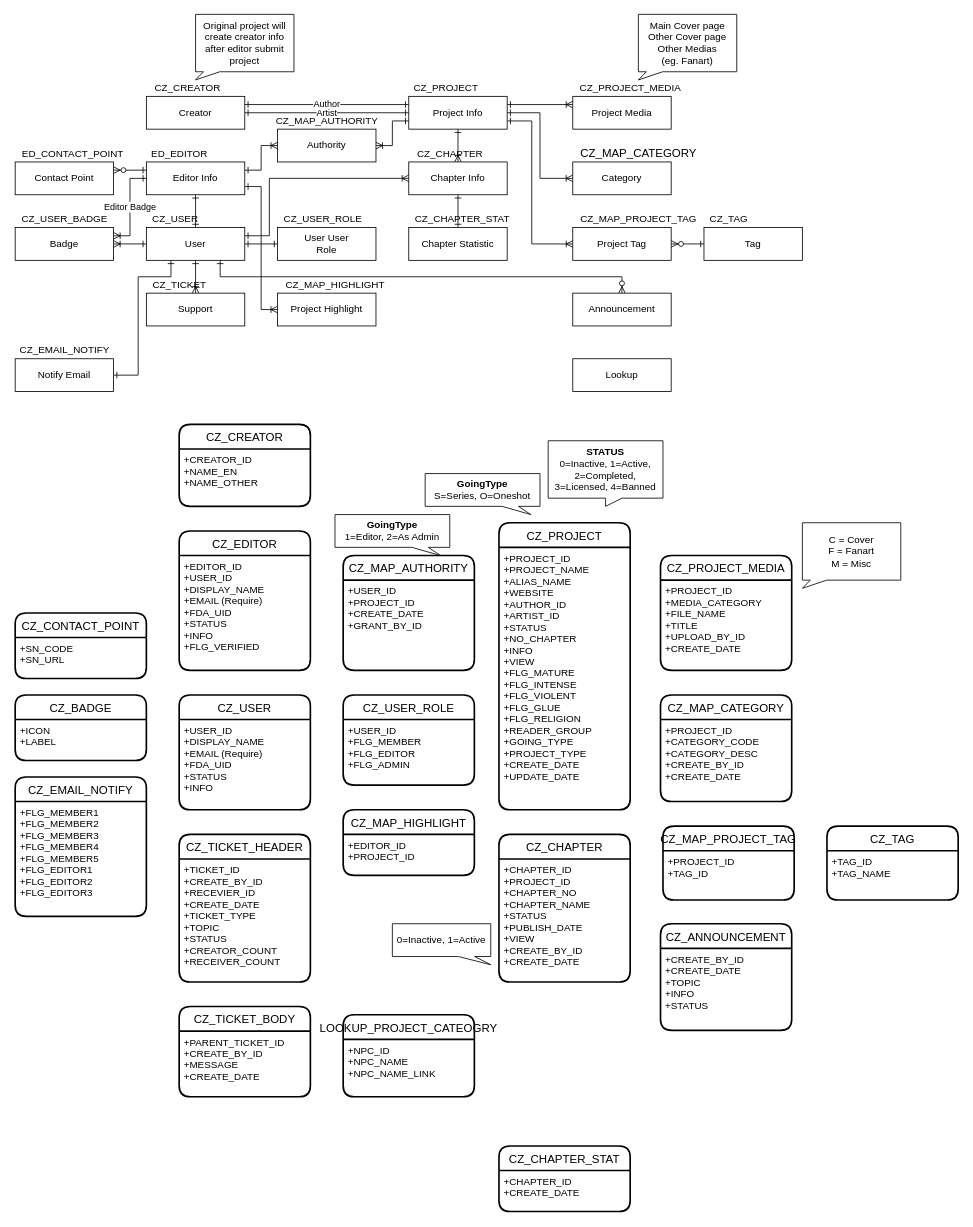
Above: page "ER" (4 of 5) of Untitled Diagram.drawio in clazclaz/demo_git (draw.io), before the change. Source tidied: cells renumbered, new cells numbered last; positions are measured from the earlier drawing's top-left corner, leaving out a move shared by most shapes. Both pictures are drawn from the tidied source at 82%, with x=0, y=0 at pixel (15, 14).
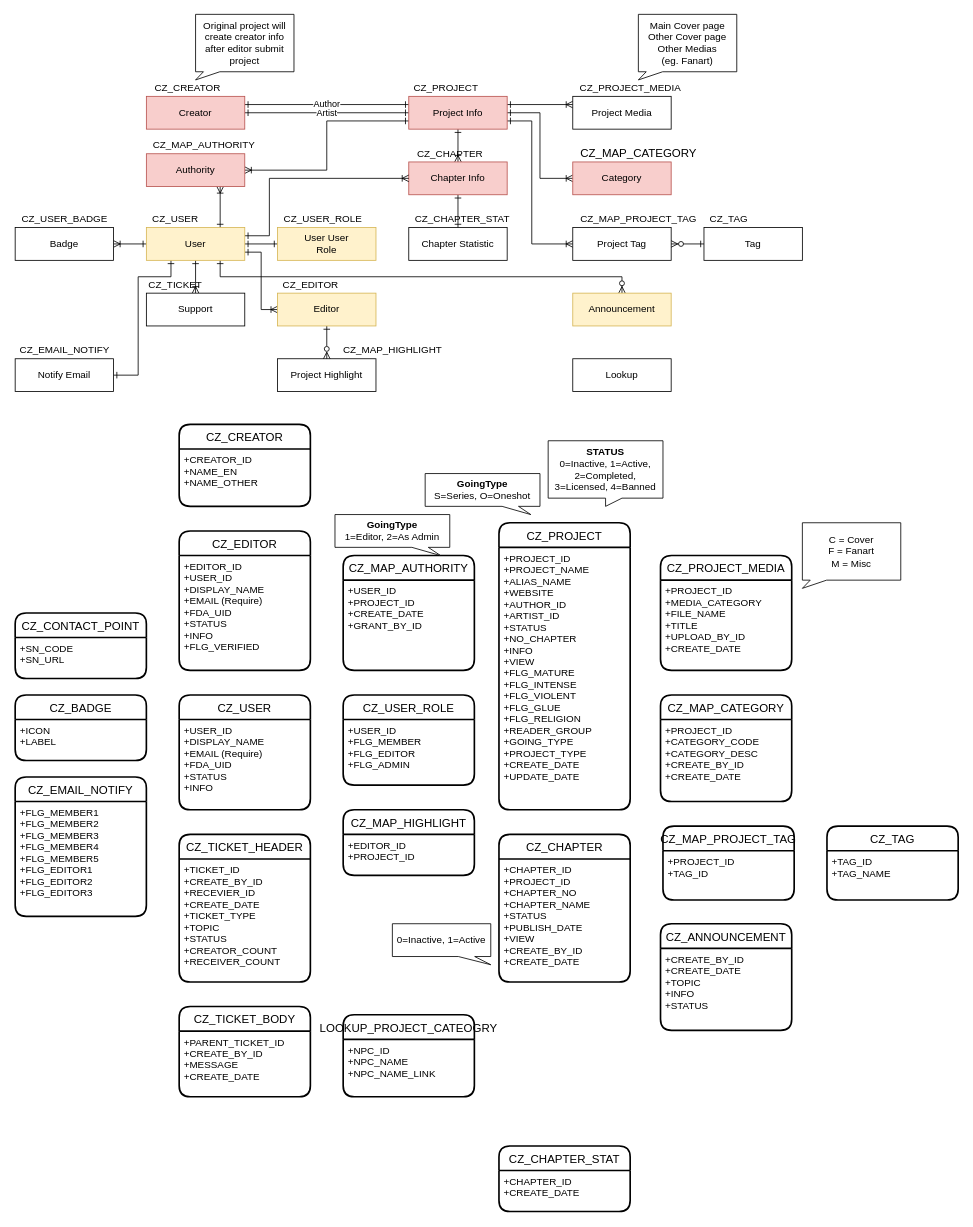
After the change.

The change refers to these unchanged cells:
```xml
<mxCell id="33" value="Badge" style="rounded=0;whiteSpace=wrap;html=1;" parent="1" vertex="1">
  <mxGeometry y="260" width="120" height="40" as="geometry" />
</mxCell>
```

What changed in the source:
```diff
@@
     <mxCell id="8" style="edgeStyle=orthogonalEdgeStyle;rounded=0;jettySize=auto;html=1;exitX=0;exitY=0.75;exitDx=0;exitDy=0;entryX=1;entryY=0.5;entryDx=0;entryDy=0;startArrow=ERone;startFill=0;endArrow=ERoneToMany;endFill=0;" parent="1" edge="1" source="9" target="32">
-      <mxGeometry relative="1" as="geometry" />
+      <mxGeometry relative="1" as="geometry">
+        <Array as="points">
+          <mxPoint x="380" y="130" />
+          <mxPoint x="380" y="190" />
+        </Array>
+      </mxGeometry>
     </mxCell>
-    <mxCell id="9" value="Project Info" style="rounded=0;whiteSpace=wrap;html=1;" parent="1" vertex="1">
+    <mxCell id="9" value="Project Info" style="rounded=0;whiteSpace=wrap;html=1;fillColor=#f8cecc;strokeColor=#b85450;" parent="1" vertex="1">
       <mxGeometry x="480" y="100" width="120" height="40" as="geometry" />
     </mxCell>
@@
-    <mxCell id="11" value="Chapter Info" style="rounded=0;whiteSpace=wrap;html=1;" parent="1" vertex="1">
+    <mxCell id="11" value="Chapter Info" style="rounded=0;whiteSpace=wrap;html=1;fillColor=#f8cecc;strokeColor=#b85450;" parent="1" vertex="1">
       <mxGeometry x="480" y="180" width="120" height="40" as="geometry" />
     </mxCell>
@@
-    <mxCell id="14" value="Creator" style="rounded=0;whiteSpace=wrap;html=1;" parent="1" vertex="1">
+    <mxCell id="14" value="Creator" style="rounded=0;whiteSpace=wrap;html=1;fillColor=#f8cecc;strokeColor=#b85450;" parent="1" vertex="1">
       <mxGeometry x="160" y="100" width="120" height="40" as="geometry" />
     </mxCell>
@@
-    <mxCell id="16" style="edgeStyle=orthogonalEdgeStyle;rounded=0;jettySize=auto;html=1;exitX=1;exitY=0.25;exitDx=0;exitDy=0;entryX=0;entryY=0.5;entryDx=0;entryDy=0;startArrow=ERone;startFill=0;endArrow=ERoneToMany;endFill=0;" parent="1" edge="1" source="18" target="32">
+    <mxCell id="16" style="edgeStyle=orthogonalEdgeStyle;rounded=0;jettySize=auto;html=1;exitX=0.75;exitY=0;exitDx=0;exitDy=0;entryX=0.75;entryY=1;entryDx=0;entryDy=0;startArrow=ERone;startFill=0;endArrow=ERoneToMany;endFill=0;" parent="1" edge="1" source="26" target="32">
       <mxGeometry relative="1" as="geometry" />
     </mxCell>
-    <mxCell id="17" value="Editor Badge" style="edgeStyle=orthogonalEdgeStyle;rounded=0;jettySize=auto;html=1;exitX=0;exitY=0.5;exitDx=0;exitDy=0;entryX=1;entryY=0.25;entryDx=0;entryDy=0;startArrow=ERone;startFill=0;endArrow=ERoneToMany;endFill=0;" parent="1" edge="1" source="18" target="33">
-      <mxGeometry relative="1" as="geometry" />
-    </mxCell>
-    <mxCell id="18" value="Editor Info" style="rounded=0;whiteSpace=wrap;html=1;" parent="1" vertex="1">
-      <mxGeometry x="160" y="180" width="120" height="40" as="geometry" />
-    </mxCell>
-    <mxCell id="19" style="edgeStyle=orthogonalEdgeStyle;rounded=0;jettySize=auto;html=1;exitX=0.5;exitY=0;exitDx=0;exitDy=0;entryX=0.5;entryY=1;entryDx=0;entryDy=0;startArrow=ERone;startFill=0;endArrow=ERone;endFill=0;" parent="1" edge="1" source="26" target="18">
-      <mxGeometry relative="1" as="geometry" />
-    </mxCell>
@@
-    <mxCell id="23" style="edgeStyle=orthogonalEdgeStyle;rounded=0;jettySize=auto;html=1;exitX=1;exitY=0.75;exitDx=0;exitDy=0;entryX=0;entryY=0.5;entryDx=0;entryDy=0;startArrow=ERone;startFill=0;endArrow=ERoneToMany;endFill=0;" parent="1" edge="1" source="18" target="38">
-      <mxGeometry relative="1" as="geometry" />
+    <mxCell id="23" style="edgeStyle=orthogonalEdgeStyle;rounded=0;jettySize=auto;html=1;exitX=1;exitY=0.75;exitDx=0;exitDy=0;entryX=0;entryY=0.5;entryDx=0;entryDy=0;startArrow=ERone;startFill=0;endArrow=ERoneToMany;endFill=0;" parent="1" edge="1" source="26" target="106">
+      <mxGeometry relative="1" as="geometry">
+        <Array as="points">
+          <mxPoint x="300" y="290" />
+          <mxPoint x="300" y="360" />
+        </Array>
+      </mxGeometry>
     </mxCell>
@@
-    <mxCell id="26" value="User" style="rounded=0;whiteSpace=wrap;html=1;" parent="1" vertex="1">
+    <mxCell id="26" value="User" style="rounded=0;whiteSpace=wrap;html=1;fillColor=#fff2cc;strokeColor=#d6b656;" parent="1" vertex="1">
       <mxGeometry x="160" y="260" width="120" height="40" as="geometry" />
     </mxCell>
@@
-    <mxCell id="30" value="Category" style="rounded=0;whiteSpace=wrap;html=1;" parent="1" vertex="1">
+    <mxCell id="30" value="Category" style="rounded=0;whiteSpace=wrap;html=1;fillColor=#f8cecc;strokeColor=#b85450;" parent="1" vertex="1">
       <mxGeometry x="680" y="180" width="120" height="40" as="geometry" />
     </mxCell>
@@
-    <mxCell id="32" value="Authority" style="rounded=0;whiteSpace=wrap;html=1;" parent="1" vertex="1">
-      <mxGeometry x="320" y="140" width="120" height="40" as="geometry" />
+    <mxCell id="32" value="Authority" style="rounded=0;whiteSpace=wrap;html=1;fillColor=#f8cecc;strokeColor=#b85450;" parent="1" vertex="1">
+      <mxGeometry x="160" y="170" width="120" height="40" as="geometry" />
     </mxCell>
@@
-    <mxCell id="35" value="User User&lt;br&gt;Role" style="rounded=0;whiteSpace=wrap;html=1;" parent="1" vertex="1">
+    <mxCell id="35" value="User User&lt;br&gt;Role" style="rounded=0;whiteSpace=wrap;html=1;fillColor=#fff2cc;strokeColor=#d6b656;" parent="1" vertex="1">
       <mxGeometry x="320" y="260" width="120" height="40" as="geometry" />
     </mxCell>
-    <mxCell id="36" style="edgeStyle=orthogonalEdgeStyle;rounded=0;jettySize=auto;html=1;exitX=1;exitY=0.25;exitDx=0;exitDy=0;entryX=0;entryY=0.25;entryDx=0;entryDy=0;startArrow=ERzeroToMany;startFill=1;endArrow=ERone;endFill=0;" parent="1" edge="1" source="37" target="18">
-      <mxGeometry relative="1" as="geometry" />
-    </mxCell>
-    <mxCell id="37" value="Contact Point" style="rounded=0;whiteSpace=wrap;html=1;" parent="1" vertex="1">
-      <mxGeometry y="180" width="120" height="40" as="geometry" />
-    </mxCell>
     <mxCell id="38" value="Project Highlight" style="rounded=0;whiteSpace=wrap;html=1;" parent="1" vertex="1">
-      <mxGeometry x="320" y="340" width="120" height="40" as="geometry" />
+      <mxGeometry x="320" y="420" width="120" height="40" as="geometry" />
     </mxCell>
-    <mxCell id="39" value="Announcement" style="rounded=0;whiteSpace=wrap;html=1;" parent="1" vertex="1">
+    <mxCell id="39" value="Announcement" style="rounded=0;whiteSpace=wrap;html=1;fillColor=#fff2cc;strokeColor=#d6b656;" parent="1" vertex="1">
       <mxGeometry x="680" y="340" width="120" height="40" as="geometry" />
     </mxCell>
@@
-    <mxCell id="43" value="ED_EDITOR" style="text;html=1;align=center;verticalAlign=middle;strokeColor=none;" parent="1" vertex="1">
-      <mxGeometry x="160" y="160" width="80" height="20" as="geometry" />
-    </mxCell>
     <mxCell id="44" value="CZ_MAP_AUTHORITY" style="text;html=1;align=center;verticalAlign=middle;strokeColor=none;" parent="1" vertex="1">
-      <mxGeometry x="310" y="120" width="140" height="20" as="geometry" />
+      <mxGeometry x="160" y="150" width="140" height="20" as="geometry" />
     </mxCell>
@@
-    <mxCell id="53" value="ED_CONTACT_POINT" style="text;html=1;align=center;verticalAlign=middle;strokeColor=none;" parent="1" vertex="1">
-      <mxGeometry y="160" width="140" height="20" as="geometry" />
-    </mxCell>
@@
     <mxCell id="61" value="CZ_TICKET" style="text;html=1;align=center;verticalAlign=middle;strokeColor=none;" parent="1" vertex="1">
-      <mxGeometry x="160" y="320" width="80" height="20" as="geometry" />
+      <mxGeometry x="155" y="320" width="80" height="20" as="geometry" />
     </mxCell>
@@
     <mxCell id="94" value="CZ_MAP_HIGHLIGHT" style="text;html=1;align=center;verticalAlign=middle;strokeColor=none;" parent="1" vertex="1">
-      <mxGeometry x="320" y="320" width="140" height="20" as="geometry" />
+      <mxGeometry x="390" y="400" width="140" height="20" as="geometry" />
     </mxCell>
@@
+    <mxCell id="105" style="edgeStyle=orthogonalEdgeStyle;rounded=0;jettySize=auto;html=1;exitX=0.5;exitY=1;exitDx=0;exitDy=0;startArrow=ERone;startFill=0;endArrow=ERzeroToMany;endFill=0;startSize=6;endSize=6;sourcePerimeterSpacing=8;targetPerimeterSpacing=8;entryX=0.5;entryY=0;entryDx=0;entryDy=0;" parent="1" edge="1" source="106" target="38">
+      <mxGeometry relative="1" as="geometry" />
+    </mxCell>
+    <mxCell id="106" value="Editor" style="rounded=0;whiteSpace=wrap;html=1;fillColor=#fff2cc;strokeColor=#d6b656;" parent="1" vertex="1">
+      <mxGeometry x="320" y="340" width="120" height="40" as="geometry" />
+    </mxCell>
+    <mxCell id="107" value="CZ_EDITOR" style="text;html=1;align=center;verticalAlign=middle;strokeColor=none;fillColor=none;" parent="1" vertex="1">
+      <mxGeometry x="320" y="320" width="80" height="20" as="geometry" />
+    </mxCell>
```
